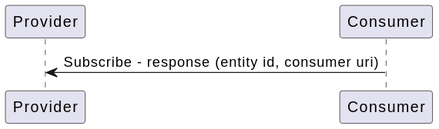
Above: docs/design/diagrams/subscribe_sequence.svg in eclipse-ibeji/ibeji (PlantUML), before the change.
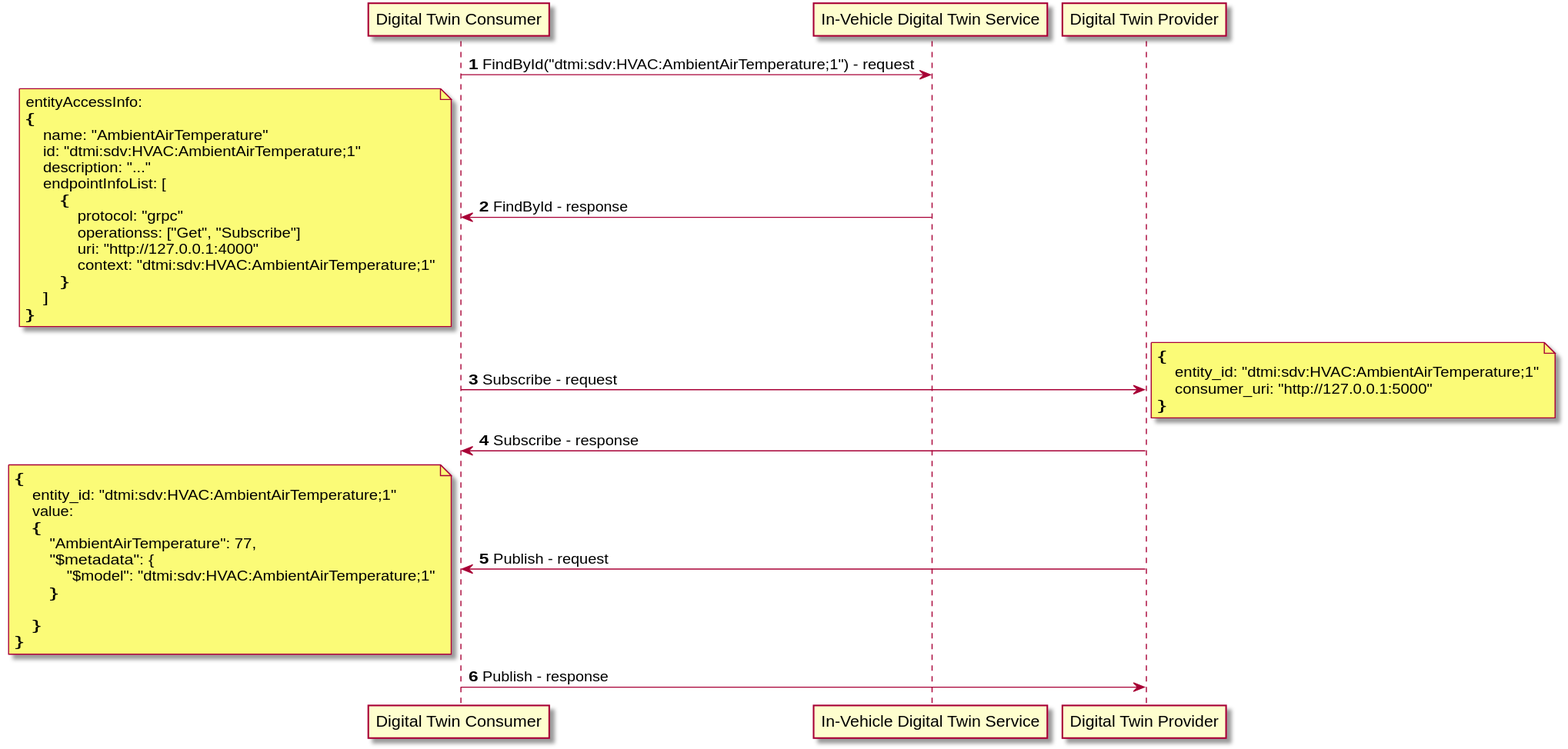
After the commit.

Change to the diagram source:
```diff
@@ -1,6 +1,51 @@
 @startuml
-participant "Provider"
-participant "Consumer"
 
-"Consumer" -> "Provider" : Subscribe - response (entity id, consumer uri)
+autonumber
+
+"Digital Twin Consumer" -> "In-Vehicle Digital Twin Service" : FindById("dtmi:sdv:HVAC:AmbientAirTemperature;1") - request
+"Digital Twin Consumer" <- "In-Vehicle Digital Twin Service" : FindById - response
+note left
+entityAccessInfo:
+{
+    name: "AmbientAirTemperature"
+    id: "dtmi:sdv:HVAC:AmbientAirTemperature;1"
+    description: "..."
+    endpointInfoList: [
+        {
+            protocol: "grpc"
+            operationss: ["Get", "Subscribe"]
+            uri: "http://127.0.0.1:4000"
+            context: "dtmi:sdv:HVAC:AmbientAirTemperature;1"
+        }
+    ]
+}
+end note
+
+"Digital Twin Consumer" -> "Digital Twin Provider" : Subscribe - request
+note right
+{
+    entity_id: "dtmi:sdv:HVAC:AmbientAirTemperature;1"
+    consumer_uri: "http://127.0.0.1:5000"
+}
+end note
+
+"Digital Twin Consumer" <- "Digital Twin Provider" : Subscribe - response
+
+"Digital Twin Consumer" <- "Digital Twin Provider" : Publish - request
+note left
+{
+    entity_id: "dtmi:sdv:HVAC:AmbientAirTemperature;1"
+    value:
+    {
+        "AmbientAirTemperature": 77,
+        "$metadata": {
+            "$model": "dtmi:sdv:HVAC:AmbientAirTemperature;1"
+        }
+
+    }
+}
+end note
+
+"Digital Twin Consumer" -> "Digital Twin Provider" : Publish - response
+
 @enduml
```
